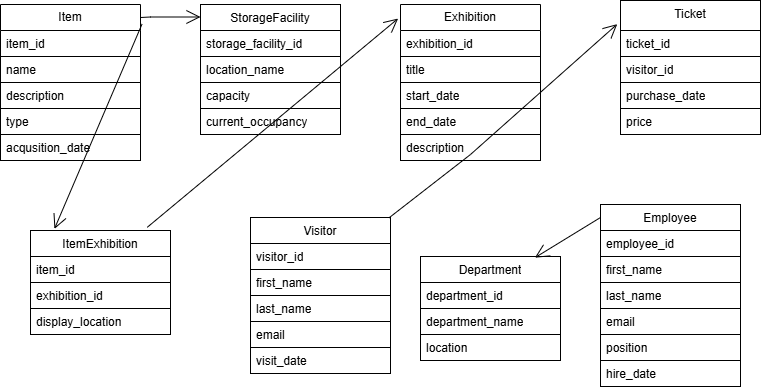
Before: SQL_Tamara_Jovicic_Finaltask_Museum_ConceptModel.png, a diagram exported from draw.io (tamarajovicic1/Tamara_Jovicic_SP25). Source tidied: cells renumbered, new cells last; positions are measured from the earlier drawing's top-left corner, leaving out a move shared by most shapes. Its diagram source:
```xml
<mxGraphModel>
  <root>
    <mxCell id="0" />
    <mxCell id="1" parent="0" />
    <mxCell id="2" value="Item" style="swimlane;fontStyle=0;horizontal=1;startSize=26;fillColor=none;whiteSpace=wrap;html=1;" parent="1" vertex="1">
      <mxGeometry y="4" width="140" height="104" as="geometry" />
    </mxCell>
    <mxCell id="3" value="item_id" style="text;strokeColor=none;fillColor=none;align=left;verticalAlign=top;spacingLeft=4;spacingRight=4;overflow=hidden;whiteSpace=wrap;html=1;" parent="2" vertex="1">
      <mxGeometry y="26" width="140" height="26" as="geometry" />
    </mxCell>
    <mxCell id="4" value="name" style="text;strokeColor=default;fillColor=none;align=left;verticalAlign=top;spacingLeft=4;spacingRight=4;overflow=hidden;whiteSpace=wrap;html=1;" parent="2" vertex="1">
      <mxGeometry y="52" width="140" height="26" as="geometry" />
    </mxCell>
    <mxCell id="5" value="description" style="text;strokeColor=none;fillColor=none;align=left;verticalAlign=top;spacingLeft=4;spacingRight=4;overflow=hidden;whiteSpace=wrap;html=1;" parent="2" vertex="1">
      <mxGeometry y="78" width="140" height="26" as="geometry" />
    </mxCell>
    <mxCell id="6" value="type" style="text;strokeColor=default;fillColor=none;align=left;verticalAlign=top;spacingLeft=4;spacingRight=4;overflow=hidden;whiteSpace=wrap;html=1;" parent="1" vertex="1">
      <mxGeometry y="108" width="140" height="26" as="geometry" />
    </mxCell>
    <mxCell id="7" value="acqusition_date" style="text;strokeColor=default;fillColor=none;align=left;verticalAlign=top;spacingLeft=4;spacingRight=4;overflow=hidden;whiteSpace=wrap;html=1;" parent="1" vertex="1">
      <mxGeometry y="134" width="140" height="26" as="geometry" />
    </mxCell>
    <mxCell id="8" value="storage_facility_id" style="text;strokeColor=default;fillColor=none;align=left;verticalAlign=top;spacingLeft=4;spacingRight=4;overflow=hidden;whiteSpace=wrap;html=1;" parent="1" vertex="1">
      <mxGeometry x="200" y="30" width="140" height="26" as="geometry" />
    </mxCell>
    <mxCell id="9" value="location_name" style="text;strokeColor=default;fillColor=none;align=left;verticalAlign=top;spacingLeft=4;spacingRight=4;overflow=hidden;whiteSpace=wrap;html=1;" parent="1" vertex="1">
      <mxGeometry x="200" y="56" width="140" height="26" as="geometry" />
    </mxCell>
    <mxCell id="10" value="capacity" style="text;strokeColor=default;fillColor=none;align=left;verticalAlign=top;spacingLeft=4;spacingRight=4;overflow=hidden;whiteSpace=wrap;html=1;" parent="1" vertex="1">
      <mxGeometry x="200" y="82" width="140" height="26" as="geometry" />
    </mxCell>
    <mxCell id="11" value="current_occupancy" style="text;strokeColor=default;fillColor=none;align=left;verticalAlign=top;spacingLeft=4;spacingRight=4;overflow=hidden;whiteSpace=wrap;html=1;" parent="1" vertex="1">
      <mxGeometry x="200" y="108" width="140" height="26" as="geometry" />
    </mxCell>
    <mxCell id="12" value="StorageFacility" style="text;strokeColor=default;fillColor=none;align=center;verticalAlign=top;spacingLeft=4;spacingRight=4;overflow=hidden;whiteSpace=wrap;html=1;" parent="1" vertex="1">
      <mxGeometry x="200" y="4" width="140" height="26" as="geometry" />
    </mxCell>
    <mxCell id="13" value="Exhibition" style="swimlane;fontStyle=0;horizontal=1;startSize=26;fillColor=none;whiteSpace=wrap;html=1;" parent="1" vertex="1">
      <mxGeometry x="400" y="4" width="140" height="104" as="geometry" />
    </mxCell>
    <mxCell id="14" value="exhibition_id" style="text;strokeColor=none;fillColor=none;align=left;verticalAlign=top;spacingLeft=4;spacingRight=4;overflow=hidden;whiteSpace=wrap;html=1;" parent="13" vertex="1">
      <mxGeometry y="26" width="140" height="26" as="geometry" />
    </mxCell>
    <mxCell id="15" value="title" style="text;strokeColor=default;fillColor=none;align=left;verticalAlign=top;spacingLeft=4;spacingRight=4;overflow=hidden;whiteSpace=wrap;html=1;" parent="13" vertex="1">
      <mxGeometry y="52" width="140" height="26" as="geometry" />
    </mxCell>
    <mxCell id="16" value="start_date" style="text;strokeColor=none;fillColor=none;align=left;verticalAlign=top;spacingLeft=4;spacingRight=4;overflow=hidden;whiteSpace=wrap;html=1;" parent="13" vertex="1">
      <mxGeometry y="78" width="140" height="26" as="geometry" />
    </mxCell>
    <mxCell id="17" value="end_date" style="text;strokeColor=default;fillColor=none;align=left;verticalAlign=top;spacingLeft=4;spacingRight=4;overflow=hidden;whiteSpace=wrap;html=1;" parent="1" vertex="1">
      <mxGeometry x="400" y="108" width="140" height="26" as="geometry" />
    </mxCell>
    <mxCell id="18" value="description" style="text;strokeColor=default;fillColor=none;align=left;verticalAlign=top;spacingLeft=4;spacingRight=4;overflow=hidden;whiteSpace=wrap;html=1;" parent="1" vertex="1">
      <mxGeometry x="400" y="134" width="140" height="26" as="geometry" />
    </mxCell>
    <mxCell id="19" value="item_id" style="text;strokeColor=default;fillColor=none;align=left;verticalAlign=top;spacingLeft=4;spacingRight=4;overflow=hidden;whiteSpace=wrap;html=1;" parent="1" vertex="1">
      <mxGeometry x="30" y="256" width="140" height="26" as="geometry" />
    </mxCell>
    <mxCell id="20" value="exhibition_id" style="text;strokeColor=default;fillColor=none;align=left;verticalAlign=top;spacingLeft=4;spacingRight=4;overflow=hidden;whiteSpace=wrap;html=1;" parent="1" vertex="1">
      <mxGeometry x="30" y="282" width="140" height="26" as="geometry" />
    </mxCell>
    <mxCell id="21" value="display_location" style="text;strokeColor=default;fillColor=none;align=left;verticalAlign=top;spacingLeft=4;spacingRight=4;overflow=hidden;whiteSpace=wrap;html=1;" parent="1" vertex="1">
      <mxGeometry x="30" y="308" width="140" height="26" as="geometry" />
    </mxCell>
    <mxCell id="22" value="ItemExhibition" style="text;strokeColor=default;fillColor=none;align=center;verticalAlign=top;spacingLeft=4;spacingRight=4;overflow=hidden;points=[[0,0.5],[1,0.5]];portConstraint=eastwest;whiteSpace=wrap;html=1;" parent="1" vertex="1">
      <mxGeometry x="30" y="230" width="140" height="26" as="geometry" />
    </mxCell>
    <mxCell id="23" value="visitor_id" style="text;strokeColor=default;fillColor=none;align=left;verticalAlign=top;spacingLeft=4;spacingRight=4;overflow=hidden;whiteSpace=wrap;html=1;" parent="1" vertex="1">
      <mxGeometry x="250" y="243" width="140" height="26" as="geometry" />
    </mxCell>
    <mxCell id="24" value="first_name" style="text;strokeColor=default;fillColor=none;align=left;verticalAlign=top;spacingLeft=4;spacingRight=4;overflow=hidden;whiteSpace=wrap;html=1;" parent="1" vertex="1">
      <mxGeometry x="250" y="269" width="140" height="26" as="geometry" />
    </mxCell>
    <mxCell id="25" value="last_name" style="text;strokeColor=default;fillColor=none;align=left;verticalAlign=top;spacingLeft=4;spacingRight=4;overflow=hidden;whiteSpace=wrap;html=1;" parent="1" vertex="1">
      <mxGeometry x="250" y="295" width="140" height="26" as="geometry" />
    </mxCell>
    <mxCell id="26" value="email" style="text;strokeColor=default;fillColor=none;align=left;verticalAlign=top;spacingLeft=4;spacingRight=4;overflow=hidden;whiteSpace=wrap;html=1;" parent="1" vertex="1">
      <mxGeometry x="250" y="321" width="140" height="26" as="geometry" />
    </mxCell>
    <mxCell id="27" value="Visitor" style="text;strokeColor=default;fillColor=none;align=center;verticalAlign=top;spacingLeft=4;spacingRight=4;overflow=hidden;points=[[0,0.5],[1,0.5]];portConstraint=eastwest;whiteSpace=wrap;html=1;" parent="1" vertex="1">
      <mxGeometry x="250" y="217" width="140" height="26" as="geometry" />
    </mxCell>
    <mxCell id="28" value="visit_date" style="text;strokeColor=default;fillColor=none;align=left;verticalAlign=top;spacingLeft=4;spacingRight=4;overflow=hidden;whiteSpace=wrap;html=1;" parent="1" vertex="1">
      <mxGeometry x="250" y="347" width="140" height="26" as="geometry" />
    </mxCell>
    <mxCell id="29" value="employee_id" style="text;strokeColor=default;fillColor=none;align=left;verticalAlign=top;spacingLeft=4;spacingRight=4;overflow=hidden;whiteSpace=wrap;html=1;" parent="1" vertex="1">
      <mxGeometry x="600" y="230" width="140" height="26" as="geometry" />
    </mxCell>
    <mxCell id="30" value="first_name" style="text;strokeColor=default;fillColor=none;align=left;verticalAlign=top;spacingLeft=4;spacingRight=4;overflow=hidden;whiteSpace=wrap;html=1;" parent="1" vertex="1">
      <mxGeometry x="600" y="256" width="140" height="26" as="geometry" />
    </mxCell>
    <mxCell id="31" value="last_name" style="text;strokeColor=default;fillColor=none;align=left;verticalAlign=top;spacingLeft=4;spacingRight=4;overflow=hidden;whiteSpace=wrap;html=1;" parent="1" vertex="1">
      <mxGeometry x="600" y="282" width="140" height="26" as="geometry" />
    </mxCell>
    <mxCell id="32" value="email" style="text;strokeColor=default;fillColor=none;align=left;verticalAlign=top;spacingLeft=4;spacingRight=4;overflow=hidden;whiteSpace=wrap;html=1;" parent="1" vertex="1">
      <mxGeometry x="600" y="308" width="140" height="26" as="geometry" />
    </mxCell>
    <mxCell id="33" value="Employee" style="text;strokeColor=default;fillColor=none;align=center;verticalAlign=top;spacingLeft=4;spacingRight=4;overflow=hidden;points=[[0,0.5],[1,0.5]];portConstraint=eastwest;whiteSpace=wrap;html=1;" parent="1" vertex="1">
      <mxGeometry x="600" y="204" width="140" height="26" as="geometry" />
    </mxCell>
    <mxCell id="34" value="position" style="text;strokeColor=default;fillColor=none;align=left;verticalAlign=top;spacingLeft=4;spacingRight=4;overflow=hidden;whiteSpace=wrap;html=1;" parent="1" vertex="1">
      <mxGeometry x="600" y="334" width="140" height="26" as="geometry" />
    </mxCell>
    <mxCell id="35" value="hire_date" style="text;strokeColor=default;fillColor=none;align=left;verticalAlign=top;spacingLeft=4;spacingRight=4;overflow=hidden;whiteSpace=wrap;html=1;" parent="1" vertex="1">
      <mxGeometry x="600" y="360" width="140" height="26" as="geometry" />
    </mxCell>
    <mxCell id="36" value="department_id" style="text;strokeColor=default;fillColor=none;align=left;verticalAlign=top;spacingLeft=4;spacingRight=4;overflow=hidden;whiteSpace=wrap;html=1;" parent="1" vertex="1">
      <mxGeometry x="420" y="282" width="140" height="26" as="geometry" />
    </mxCell>
    <mxCell id="37" value="department_name" style="text;strokeColor=default;fillColor=none;align=left;verticalAlign=top;spacingLeft=4;spacingRight=4;overflow=hidden;whiteSpace=wrap;html=1;" parent="1" vertex="1">
      <mxGeometry x="420" y="308" width="140" height="26" as="geometry" />
    </mxCell>
    <mxCell id="38" value="location" style="text;strokeColor=default;fillColor=none;align=left;verticalAlign=top;spacingLeft=4;spacingRight=4;overflow=hidden;whiteSpace=wrap;html=1;" parent="1" vertex="1">
      <mxGeometry x="420" y="334" width="140" height="26" as="geometry" />
    </mxCell>
    <mxCell id="39" value="Department" style="text;strokeColor=default;fillColor=none;align=center;verticalAlign=top;spacingLeft=4;spacingRight=4;overflow=hidden;points=[[0,0.5],[1,0.5]];portConstraint=eastwest;whiteSpace=wrap;html=1;" parent="1" vertex="1">
      <mxGeometry x="420" y="256" width="140" height="26" as="geometry" />
    </mxCell>
    <mxCell id="40" value="ticket_id" style="text;strokeColor=default;fillColor=none;align=left;verticalAlign=top;spacingLeft=4;spacingRight=4;overflow=hidden;whiteSpace=wrap;html=1;" parent="1" vertex="1">
      <mxGeometry x="620" y="30" width="140" height="26" as="geometry" />
    </mxCell>
    <mxCell id="41" value="visitor_id" style="text;strokeColor=default;fillColor=none;align=left;verticalAlign=top;spacingLeft=4;spacingRight=4;overflow=hidden;whiteSpace=wrap;html=1;" parent="1" vertex="1">
      <mxGeometry x="620" y="56" width="140" height="26" as="geometry" />
    </mxCell>
    <mxCell id="42" value="purchase_date" style="text;strokeColor=default;fillColor=none;align=left;verticalAlign=top;spacingLeft=4;spacingRight=4;overflow=hidden;whiteSpace=wrap;html=1;" parent="1" vertex="1">
      <mxGeometry x="620" y="82" width="140" height="26" as="geometry" />
    </mxCell>
    <mxCell id="43" value="price" style="text;strokeColor=default;fillColor=none;align=left;verticalAlign=top;spacingLeft=4;spacingRight=4;overflow=hidden;whiteSpace=wrap;html=1;" parent="1" vertex="1">
      <mxGeometry x="620" y="108" width="140" height="26" as="geometry" />
    </mxCell>
    <mxCell id="44" value="Ticket" style="text;strokeColor=default;fillColor=none;align=center;verticalAlign=top;spacingLeft=4;spacingRight=4;overflow=hidden;points=[[0,0.5],[1,0.5]];portConstraint=eastwest;whiteSpace=wrap;html=1;" parent="1" vertex="1">
      <mxGeometry x="620" width="140" height="30" as="geometry" />
    </mxCell>
    <mxCell id="45" style="endArrow=open;endFill=1;endSize=12;html=1;rounded=0;" parent="1" edge="1">
      <mxGeometry relative="1" as="geometry">
        <mxPoint x="140" y="17" as="sourcePoint" />
        <mxPoint x="200" y="16.5" as="targetPoint" />
        <Array as="points">
          <mxPoint x="150" y="16.5" />
        </Array>
      </mxGeometry>
    </mxCell>
    <mxCell id="46" style="endArrow=open;endFill=1;endSize=12;html=1;rounded=0;entryX=0.171;entryY=-0.062;entryDx=0;entryDy=0;entryPerimeter=0;exitX=1.011;exitY=0.188;exitDx=0;exitDy=0;exitPerimeter=0;" parent="1" edge="1" source="2" target="22">
      <mxGeometry relative="1" as="geometry" />
    </mxCell>
    <mxCell id="47" style="endArrow=open;endFill=1;endSize=12;html=1;rounded=0;entryX=-0.017;entryY=0.135;entryDx=0;entryDy=0;entryPerimeter=0;exitX=0.834;exitY=-0.123;exitDx=0;exitDy=0;exitPerimeter=0;" parent="1" edge="1" source="22" target="13">
      <mxGeometry relative="1" as="geometry" />
    </mxCell>
    <mxCell id="48" style="endArrow=open;endFill=1;endSize=12;html=1;rounded=0;entryX=-0.023;entryY=0.787;entryDx=0;entryDy=0;entryPerimeter=0;exitX=0.989;exitY=0.015;exitDx=0;exitDy=0;exitPerimeter=0;" parent="1" edge="1" source="27" target="44">
      <mxGeometry relative="1" as="geometry">
        <Array as="points">
          <mxPoint x="470" y="154" />
        </Array>
      </mxGeometry>
    </mxCell>
    <mxCell id="49" style="endArrow=open;endFill=1;endSize=12;html=1;rounded=0;exitX=0;exitY=0.5;exitDx=0;exitDy=0;entryX=0.817;entryY=0.046;entryDx=0;entryDy=0;entryPerimeter=0;" parent="1" edge="1" source="33" target="39">
      <mxGeometry relative="1" as="geometry" />
    </mxCell>
  </root>
</mxGraphModel>
```
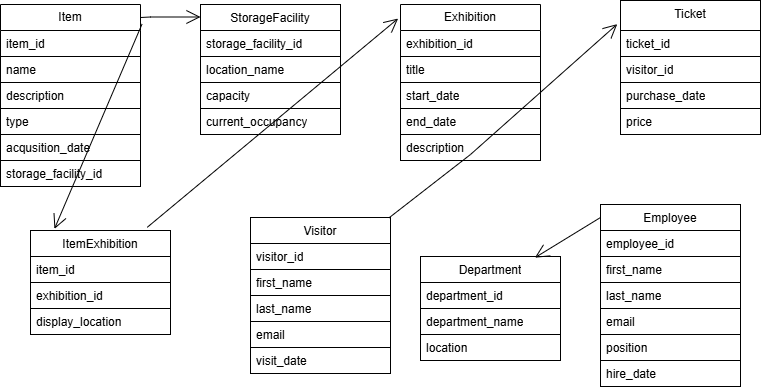
After the change.

What changed in the source:
```diff
@@ -156,5 +156,8 @@
     <mxCell id="49" style="endArrow=open;endFill=1;endSize=12;html=1;rounded=0;exitX=0;exitY=0.5;exitDx=0;exitDy=0;entryX=0.817;entryY=0.046;entryDx=0;entryDy=0;entryPerimeter=0;" parent="1" edge="1" source="33" target="39">
       <mxGeometry relative="1" as="geometry" />
     </mxCell>
+    <mxCell id="50" value="storage_facility_id" style="text;strokeColor=default;fillColor=none;align=left;verticalAlign=top;spacingLeft=4;spacingRight=4;overflow=hidden;whiteSpace=wrap;html=1;" parent="1" vertex="1">
+      <mxGeometry y="160" width="140" height="26" as="geometry" />
+    </mxCell>
   </root>
 </mxGraphModel>
```
